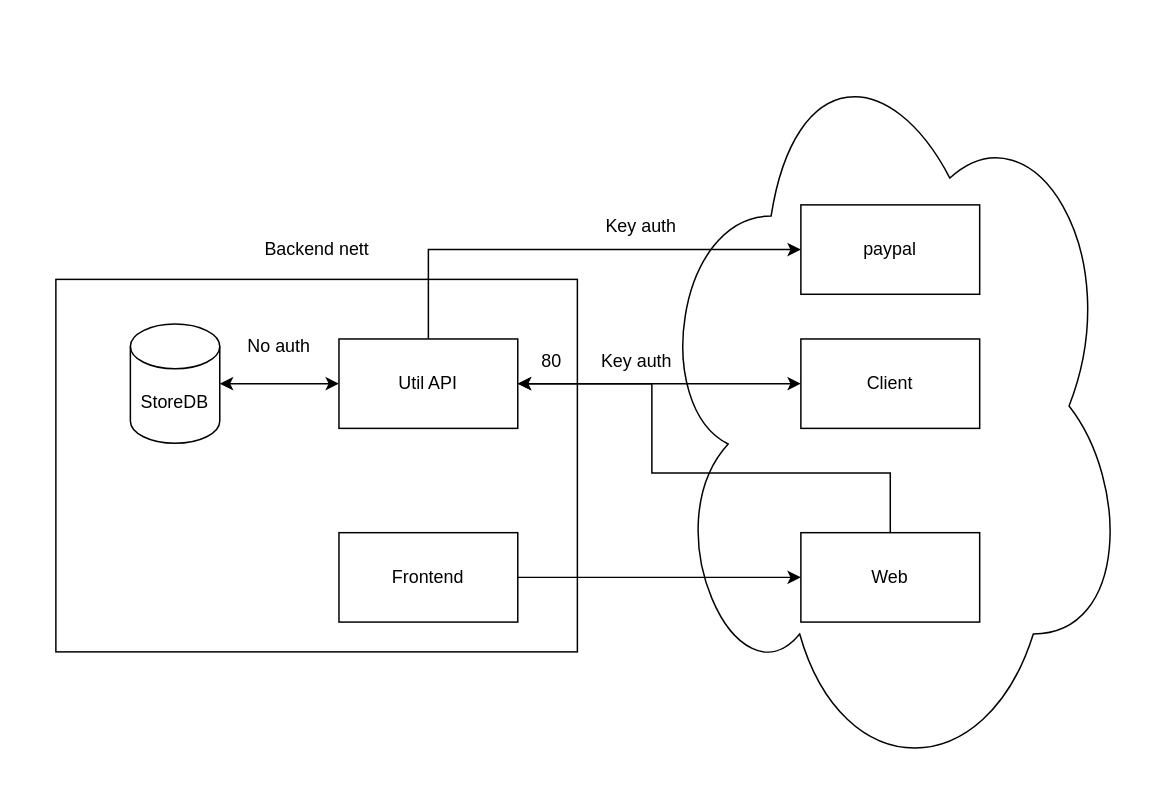
Above: Map.drawio in tobman4/StreamTerror (draw.io), before the change. Source tidied: cells renumbered, new cells numbered last; positions are measured from the earlier drawing's top-left corner, leaving out a move shared by most shapes. Both pictures are drawn from the tidied source at 149%, with x=0, y=0 at pixel (55, 25).
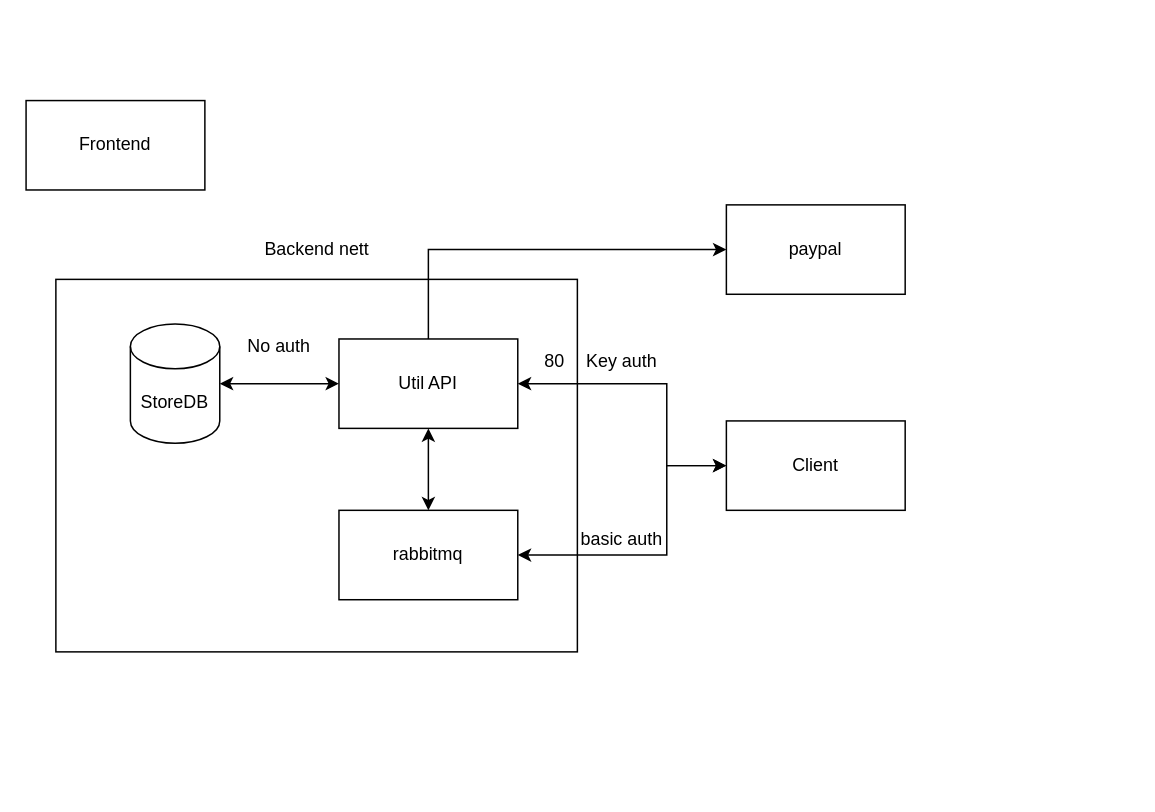
Above is the later version.

The change refers to these unchanged cells:
```xml
<mxCell id="4" value="Util API" style="rounded=0;whiteSpace=wrap;html=1;" parent="1" vertex="1">
  <mxGeometry x="190" y="210" width="120" height="60" as="geometry" />
</mxCell>
```

Diff of the diagram source:
```diff
@@
-    <mxCell id="2" style="ellipse;shape=cloud;whiteSpace=wrap;html=1;" parent="1" vertex="1">
-      <mxGeometry x="400" width="320" height="510" as="geometry" />
-    </mxCell>
@@
-    <mxCell id="7" style="edgeStyle=orthogonalEdgeStyle;rounded=0;jettySize=auto;html=1;entryX=0;entryY=0.5;entryDx=0;entryDy=0;" parent="1" edge="1" source="8" target="18">
-      <mxGeometry relative="1" as="geometry" />
-    </mxCell>
     <mxCell id="8" value="Frontend" style="rounded=0;whiteSpace=wrap;html=1;" parent="1" vertex="1">
-      <mxGeometry x="190" y="340" width="120" height="60" as="geometry" />
+      <mxGeometry x="-20" y="50" width="120" height="60" as="geometry" />
     </mxCell>
@@
     <mxCell id="10" value="Client" style="rounded=0;whiteSpace=wrap;html=1;" parent="1" vertex="1">
-      <mxGeometry x="500" y="210" width="120" height="60" as="geometry" />
+      <mxGeometry x="450" y="265" width="120" height="60" as="geometry" />
     </mxCell>
-    <mxCell id="11" style="endArrow=classic;startArrow=classic;html=1;rounded=0;entryX=0;entryY=0.5;entryDx=0;entryDy=0;exitX=1;exitY=0.5;exitDx=0;exitDy=0;" parent="1" edge="1" source="4" target="10">
-      <mxGeometry relative="1" as="geometry" />
-    </mxCell>
     <mxCell id="12" value="Key auth" style="text;html=1;strokeColor=none;fillColor=none;align=center;verticalAlign=middle;whiteSpace=wrap;rounded=0;" parent="1" vertex="1">
-      <mxGeometry x="360" y="210" width="60" height="30" as="geometry" />
+      <mxGeometry x="350" y="210" width="60" height="30" as="geometry" />
     </mxCell>
     <mxCell id="13" value="paypal" style="rounded=0;whiteSpace=wrap;html=1;" parent="1" vertex="1">
-      <mxGeometry x="500" y="120" width="120" height="60" as="geometry" />
+      <mxGeometry x="450" y="120" width="120" height="60" as="geometry" />
     </mxCell>
-    <mxCell id="14" value="Key auth" style="text;html=1;strokeColor=none;fillColor=none;align=center;verticalAlign=middle;whiteSpace=wrap;rounded=0;" parent="1" vertex="1">
-      <mxGeometry x="363" y="120" width="60" height="30" as="geometry" />
-    </mxCell>
@@
     <mxCell id="17" value="80" style="text;html=1;strokeColor=none;fillColor=none;align=center;verticalAlign=middle;whiteSpace=wrap;rounded=0;" parent="1" vertex="1">
-      <mxGeometry x="303" y="210" width="60" height="30" as="geometry" />
+      <mxGeometry x="320" y="210" width="30" height="30" as="geometry" />
     </mxCell>
-    <mxCell id="18" value="Web" style="rounded=0;whiteSpace=wrap;html=1;" parent="1" vertex="1">
-      <mxGeometry x="500" y="340" width="120" height="60" as="geometry" />
-    </mxCell>
-    <mxCell id="19" style="endArrow=classic;html=1;rounded=0;exitX=0.5;exitY=0;exitDx=0;exitDy=0;entryX=1;entryY=0.5;entryDx=0;entryDy=0;" parent="1" edge="1" source="18" target="4">
-      <mxGeometry relative="1" as="geometry">
-        <Array as="points">
-          <mxPoint x="560" y="300" />
-          <mxPoint x="400" y="300" />
-          <mxPoint x="400" y="240" />
-        </Array>
-      </mxGeometry>
-    </mxCell>
+    <mxCell id="20" value="rabbitmq" style="rounded=0;whiteSpace=wrap;html=1;" parent="1" vertex="1">
+      <mxGeometry x="190" y="325" width="120" height="60" as="geometry" />
+    </mxCell>
+    <mxCell id="21" style="endArrow=classic;startArrow=classic;html=1;rounded=0;exitX=0.5;exitY=1;exitDx=0;exitDy=0;entryX=0.5;entryY=0;entryDx=0;entryDy=0;" parent="1" edge="1" source="4" target="20">
+      <mxGeometry relative="1" as="geometry" />
+    </mxCell>
+    <mxCell id="11" style="endArrow=classic;startArrow=classic;html=1;rounded=0;entryX=0;entryY=0.5;entryDx=0;entryDy=0;exitX=1;exitY=0.5;exitDx=0;exitDy=0;" parent="1" edge="1" source="4" target="10">
+      <mxGeometry relative="1" as="geometry">
+        <Array as="points">
+          <mxPoint x="410" y="240" />
+          <mxPoint x="410" y="295" />
+        </Array>
+      </mxGeometry>
+    </mxCell>
+    <mxCell id="22" style="endArrow=classic;startArrow=classic;html=1;rounded=0;exitX=1;exitY=0.5;exitDx=0;exitDy=0;entryX=0;entryY=0.5;entryDx=0;entryDy=0;" parent="1" edge="1" source="20" target="10">
+      <mxGeometry relative="1" as="geometry">
+        <Array as="points">
+          <mxPoint x="410" y="355" />
+          <mxPoint x="410" y="295" />
+        </Array>
+      </mxGeometry>
+    </mxCell>
+    <mxCell id="23" value="basic auth" style="text;html=1;strokeColor=none;fillColor=none;align=center;verticalAlign=middle;whiteSpace=wrap;rounded=0;" parent="1" vertex="1">
+      <mxGeometry x="350" y="330" width="60" height="30" as="geometry" />
+    </mxCell>
```
